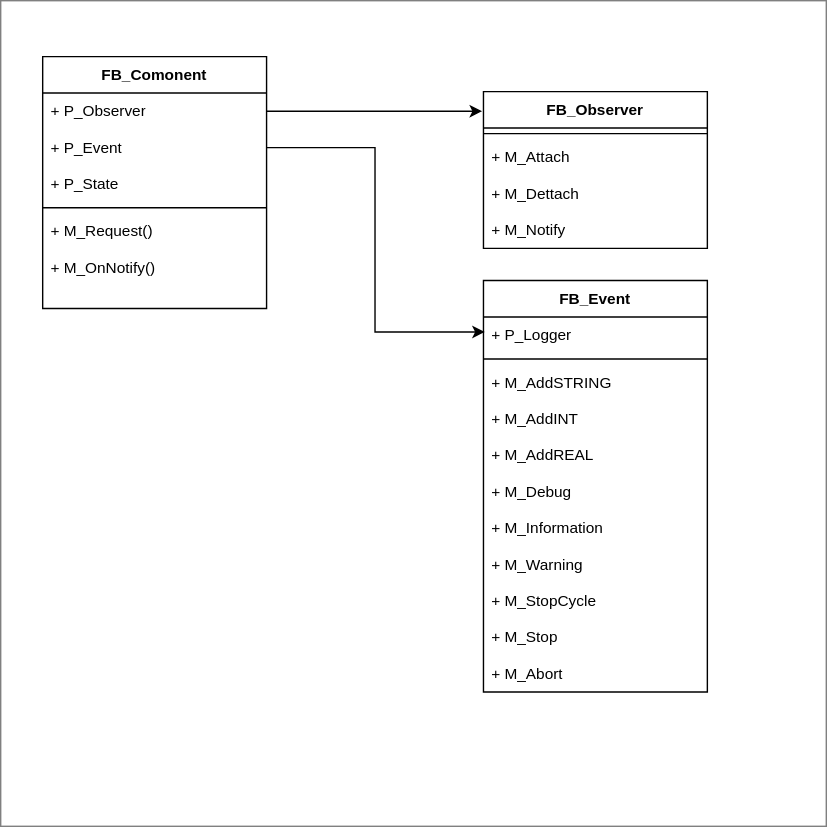
The draw.io diagram docs/Component.drawio.svg in PeterZerlauth/Tc3_Component, before a commit. Source tidied: cells renumbered, new cells last; positions are measured from the earlier drawing's top-left corner, leaving out a move shared by most shapes. The source it was exported from:
```xml
<mxGraphModel>
  <root>
    <mxCell id="0" />
    <mxCell id="1" parent="0" />
    <mxCell id="2" style="rounded=0;whiteSpace=wrap;html=1;fontFamily=Helvetica;fontSize=11;fontColor=default;labelBackgroundColor=default;fillColor=none;strokeColor=#808080;" parent="1" vertex="1">
      <mxGeometry width="590" height="590" as="geometry" />
    </mxCell>
    <mxCell id="3" value="FB_Observer" style="swimlane;fontStyle=1;align=center;verticalAlign=top;horizontal=1;startSize=26;whiteSpace=wrap;html=1;fontFamily=Helvetica;fontSize=11;fontColor=default;labelBackgroundColor=default;" parent="1" vertex="1">
      <mxGeometry x="345" y="65" width="160" height="112" as="geometry" />
    </mxCell>
    <mxCell id="4" style="line;strokeWidth=1;fillColor=none;align=left;verticalAlign=middle;spacingTop=-1;spacingLeft=3;spacingRight=3;labelPosition=right;strokeColor=inherit;fontFamily=Helvetica;fontSize=11;fontColor=default;labelBackgroundColor=default;" parent="3" vertex="1">
      <mxGeometry y="26" width="160" height="8" as="geometry" />
    </mxCell>
    <mxCell id="5" value="+ M_Attach" style="text;strokeColor=none;fillColor=none;align=left;verticalAlign=top;spacingLeft=4;spacingRight=4;overflow=hidden;whiteSpace=wrap;html=1;fontFamily=Helvetica;fontSize=11;fontColor=default;labelBackgroundColor=default;" parent="3" vertex="1">
      <mxGeometry y="34" width="160" height="26" as="geometry" />
    </mxCell>
    <mxCell id="6" value="+ M_Dettach" style="text;strokeColor=none;fillColor=none;align=left;verticalAlign=top;spacingLeft=4;spacingRight=4;overflow=hidden;whiteSpace=wrap;html=1;fontFamily=Helvetica;fontSize=11;fontColor=default;labelBackgroundColor=default;" parent="3" vertex="1">
      <mxGeometry y="60" width="160" height="26" as="geometry" />
    </mxCell>
    <mxCell id="7" value="+ M_Notify" style="text;strokeColor=none;fillColor=none;align=left;verticalAlign=top;spacingLeft=4;spacingRight=4;overflow=hidden;whiteSpace=wrap;html=1;fontFamily=Helvetica;fontSize=11;fontColor=default;labelBackgroundColor=default;" parent="3" vertex="1">
      <mxGeometry y="86" width="160" height="26" as="geometry" />
    </mxCell>
    <mxCell id="8" value="FB_Comonent" style="swimlane;fontStyle=1;align=center;verticalAlign=top;horizontal=1;startSize=26;whiteSpace=wrap;html=1;fontFamily=Helvetica;fontSize=11;fontColor=default;labelBackgroundColor=default;fillColor=default;" parent="1" vertex="1">
      <mxGeometry x="30" y="40" width="160" height="180" as="geometry" />
    </mxCell>
    <mxCell id="9" value="+ P_Observer" style="text;strokeColor=none;fillColor=none;align=left;verticalAlign=top;spacingLeft=4;spacingRight=4;overflow=hidden;points=[[0,0.5],[1,0.5]];portConstraint=eastwest;whiteSpace=wrap;html=1;fontFamily=Helvetica;fontSize=11;fontColor=default;labelBackgroundColor=default;" parent="8" vertex="1">
      <mxGeometry y="26" width="160" height="26" as="geometry" />
    </mxCell>
    <mxCell id="10" value="+ P_Event" style="text;strokeColor=none;fillColor=none;align=left;verticalAlign=top;spacingLeft=4;spacingRight=4;overflow=hidden;points=[[0,0.5],[1,0.5]];portConstraint=eastwest;whiteSpace=wrap;html=1;fontFamily=Helvetica;fontSize=11;fontColor=default;labelBackgroundColor=default;" parent="8" vertex="1">
      <mxGeometry y="52" width="160" height="26" as="geometry" />
    </mxCell>
    <mxCell id="11" value="+ P_State" style="text;strokeColor=none;fillColor=none;align=left;verticalAlign=top;spacingLeft=4;spacingRight=4;overflow=hidden;whiteSpace=wrap;html=1;fontFamily=Helvetica;fontSize=11;fontColor=default;labelBackgroundColor=default;" parent="8" vertex="1">
      <mxGeometry y="78" width="160" height="26" as="geometry" />
    </mxCell>
    <mxCell id="12" style="line;strokeWidth=1;fillColor=none;align=left;verticalAlign=middle;spacingTop=-1;spacingLeft=3;spacingRight=3;labelPosition=right;strokeColor=inherit;fontFamily=Helvetica;fontSize=11;fontColor=default;labelBackgroundColor=default;" parent="8" vertex="1">
      <mxGeometry y="104" width="160" height="8" as="geometry" />
    </mxCell>
    <mxCell id="13" value="+ M_Request()" style="text;strokeColor=none;fillColor=none;align=left;verticalAlign=top;spacingLeft=4;spacingRight=4;overflow=hidden;whiteSpace=wrap;html=1;fontFamily=Helvetica;fontSize=11;fontColor=default;labelBackgroundColor=default;" parent="8" vertex="1">
      <mxGeometry y="112" width="160" height="26" as="geometry" />
    </mxCell>
    <mxCell id="14" value="+ M_OnNotify()" style="text;strokeColor=none;fillColor=none;align=left;verticalAlign=top;spacingLeft=4;spacingRight=4;overflow=hidden;whiteSpace=wrap;html=1;fontFamily=Helvetica;fontSize=11;fontColor=default;labelBackgroundColor=default;" parent="8" vertex="1">
      <mxGeometry y="138" width="160" height="42" as="geometry" />
    </mxCell>
    <mxCell id="15" style="edgeStyle=orthogonalEdgeStyle;rounded=0;jettySize=auto;html=1;entryX=-0.006;entryY=0.125;entryDx=0;entryDy=0;entryPerimeter=0;" parent="1" edge="1" source="9" target="3">
      <mxGeometry relative="1" as="geometry" />
    </mxCell>
    <mxCell id="16" value="FB_Event" style="swimlane;fontStyle=1;align=center;verticalAlign=top;horizontal=1;startSize=26;whiteSpace=wrap;html=1;fontFamily=Helvetica;fontSize=11;fontColor=default;labelBackgroundColor=default;" parent="1" vertex="1">
      <mxGeometry x="345" y="200" width="160" height="294" as="geometry" />
    </mxCell>
    <mxCell id="17" value="+ P_Logger" style="text;strokeColor=none;fillColor=none;align=left;verticalAlign=top;spacingLeft=4;spacingRight=4;overflow=hidden;whiteSpace=wrap;html=1;fontFamily=Helvetica;fontSize=11;fontColor=default;labelBackgroundColor=default;" parent="16" vertex="1">
      <mxGeometry y="26" width="160" height="26" as="geometry" />
    </mxCell>
    <mxCell id="18" style="line;strokeWidth=1;fillColor=none;align=left;verticalAlign=middle;spacingTop=-1;spacingLeft=3;spacingRight=3;labelPosition=right;strokeColor=inherit;fontFamily=Helvetica;fontSize=11;fontColor=default;labelBackgroundColor=default;" parent="16" vertex="1">
      <mxGeometry y="52" width="160" height="8" as="geometry" />
    </mxCell>
    <mxCell id="19" value="+ M_AddSTRING" style="text;strokeColor=none;fillColor=none;align=left;verticalAlign=top;spacingLeft=4;spacingRight=4;overflow=hidden;whiteSpace=wrap;html=1;fontFamily=Helvetica;fontSize=11;fontColor=default;labelBackgroundColor=default;" parent="16" vertex="1">
      <mxGeometry y="60" width="160" height="26" as="geometry" />
    </mxCell>
    <mxCell id="20" value="+ M_AddINT" style="text;strokeColor=none;fillColor=none;align=left;verticalAlign=top;spacingLeft=4;spacingRight=4;overflow=hidden;whiteSpace=wrap;html=1;fontFamily=Helvetica;fontSize=11;fontColor=default;labelBackgroundColor=default;" parent="16" vertex="1">
      <mxGeometry y="86" width="160" height="26" as="geometry" />
    </mxCell>
    <mxCell id="21" value="+ M_AddREAL" style="text;strokeColor=none;fillColor=none;align=left;verticalAlign=top;spacingLeft=4;spacingRight=4;overflow=hidden;whiteSpace=wrap;html=1;fontFamily=Helvetica;fontSize=11;fontColor=default;labelBackgroundColor=default;" parent="16" vertex="1">
      <mxGeometry y="112" width="160" height="26" as="geometry" />
    </mxCell>
    <mxCell id="22" value="+ M_Debug" style="text;strokeColor=none;fillColor=none;align=left;verticalAlign=top;spacingLeft=4;spacingRight=4;overflow=hidden;whiteSpace=wrap;html=1;fontFamily=Helvetica;fontSize=11;fontColor=default;labelBackgroundColor=default;" parent="16" vertex="1">
      <mxGeometry y="138" width="160" height="26" as="geometry" />
    </mxCell>
    <mxCell id="23" value="+ M_Information" style="text;strokeColor=none;fillColor=none;align=left;verticalAlign=top;spacingLeft=4;spacingRight=4;overflow=hidden;whiteSpace=wrap;html=1;fontFamily=Helvetica;fontSize=11;fontColor=default;labelBackgroundColor=default;" parent="16" vertex="1">
      <mxGeometry y="164" width="160" height="26" as="geometry" />
    </mxCell>
    <mxCell id="24" value="+ M_Warning" style="text;strokeColor=none;fillColor=none;align=left;verticalAlign=top;spacingLeft=4;spacingRight=4;overflow=hidden;whiteSpace=wrap;html=1;fontFamily=Helvetica;fontSize=11;fontColor=default;labelBackgroundColor=default;" parent="16" vertex="1">
      <mxGeometry y="190" width="160" height="26" as="geometry" />
    </mxCell>
    <mxCell id="25" value="+ M_StopCycle" style="text;strokeColor=none;fillColor=none;align=left;verticalAlign=top;spacingLeft=4;spacingRight=4;overflow=hidden;whiteSpace=wrap;html=1;fontFamily=Helvetica;fontSize=11;fontColor=default;labelBackgroundColor=default;" parent="16" vertex="1">
      <mxGeometry y="216" width="160" height="26" as="geometry" />
    </mxCell>
    <mxCell id="26" value="+ M_Stop" style="text;strokeColor=none;fillColor=none;align=left;verticalAlign=top;spacingLeft=4;spacingRight=4;overflow=hidden;whiteSpace=wrap;html=1;fontFamily=Helvetica;fontSize=11;fontColor=default;labelBackgroundColor=default;" parent="16" vertex="1">
      <mxGeometry y="242" width="160" height="26" as="geometry" />
    </mxCell>
    <mxCell id="27" value="+ M_Abort" style="text;strokeColor=none;fillColor=none;align=left;verticalAlign=top;spacingLeft=4;spacingRight=4;overflow=hidden;whiteSpace=wrap;html=1;fontFamily=Helvetica;fontSize=11;fontColor=default;labelBackgroundColor=default;" parent="16" vertex="1">
      <mxGeometry y="268" width="160" height="26" as="geometry" />
    </mxCell>
    <mxCell id="28" style="edgeStyle=orthogonalEdgeStyle;rounded=0;jettySize=auto;html=1;entryX=0.006;entryY=0.125;entryDx=0;entryDy=0;entryPerimeter=0;" parent="1" edge="1" source="10" target="16">
      <mxGeometry relative="1" as="geometry" />
    </mxCell>
  </root>
</mxGraphModel>
```
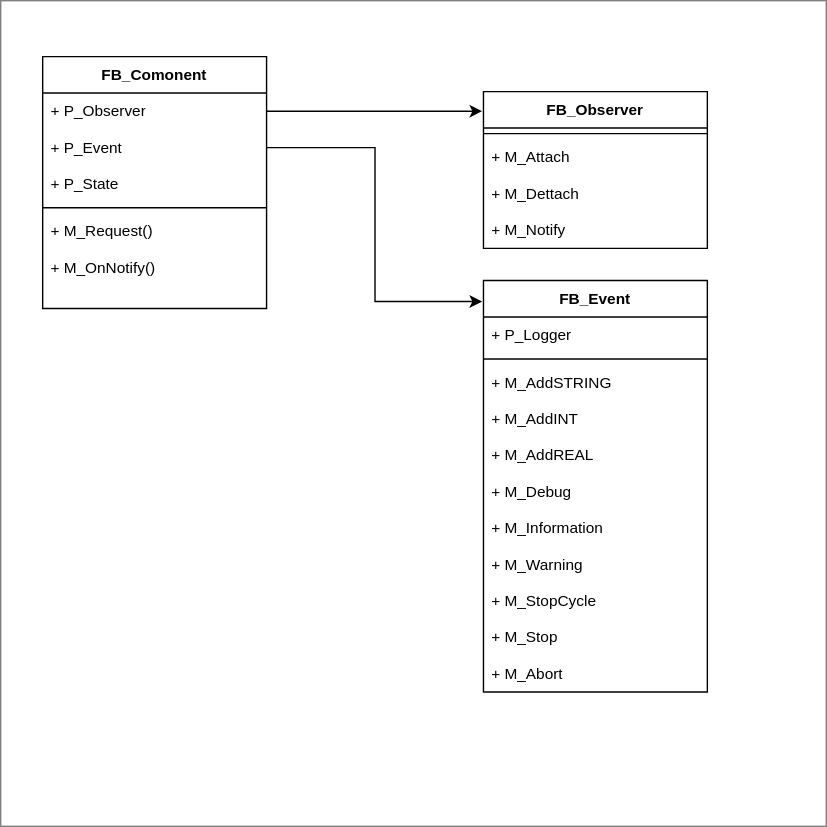
The same diagram one commit later.

Diff of the diagram source:
```diff
@@ -80,7 +80,7 @@
     <mxCell id="27" value="+ M_Abort" style="text;strokeColor=none;fillColor=none;align=left;verticalAlign=top;spacingLeft=4;spacingRight=4;overflow=hidden;whiteSpace=wrap;html=1;fontFamily=Helvetica;fontSize=11;fontColor=default;labelBackgroundColor=default;" parent="16" vertex="1">
       <mxGeometry y="268" width="160" height="26" as="geometry" />
     </mxCell>
-    <mxCell id="28" style="edgeStyle=orthogonalEdgeStyle;rounded=0;jettySize=auto;html=1;entryX=0.006;entryY=0.125;entryDx=0;entryDy=0;entryPerimeter=0;" parent="1" edge="1" source="10" target="16">
+    <mxCell id="28" style="edgeStyle=orthogonalEdgeStyle;rounded=0;jettySize=auto;html=1;entryX=-0.006;entryY=0.051;entryDx=0;entryDy=0;entryPerimeter=0;" parent="1" edge="1" source="10" target="16">
       <mxGeometry relative="1" as="geometry" />
     </mxCell>
   </root>
```
